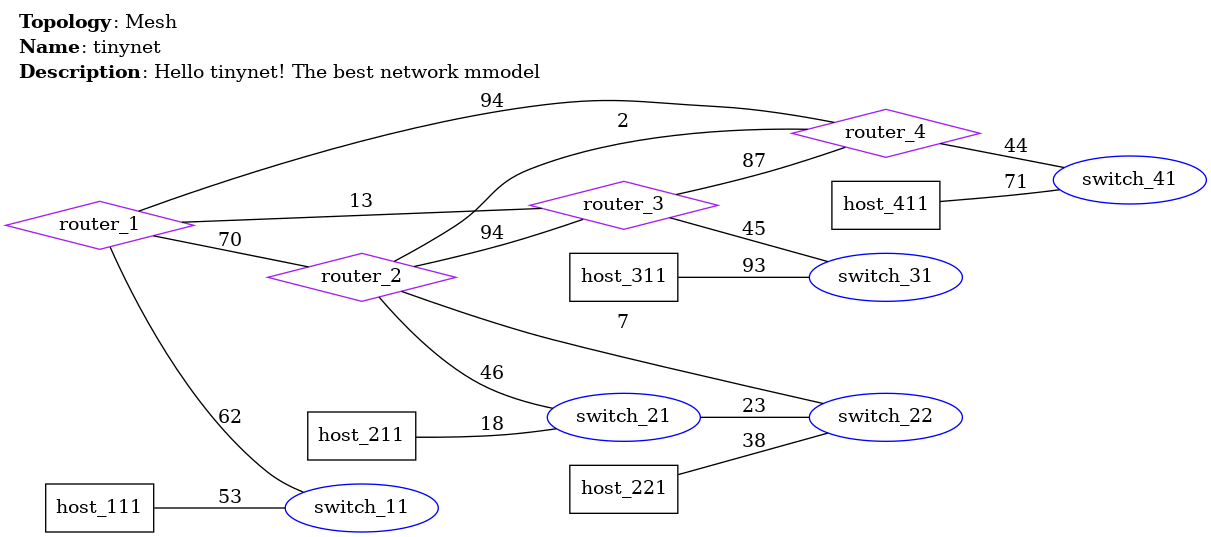
The Graphviz diagram conf/image/net.png in zpnst/tinynet, before a commit. Its source is kept beside it as conf/data/net.dot.
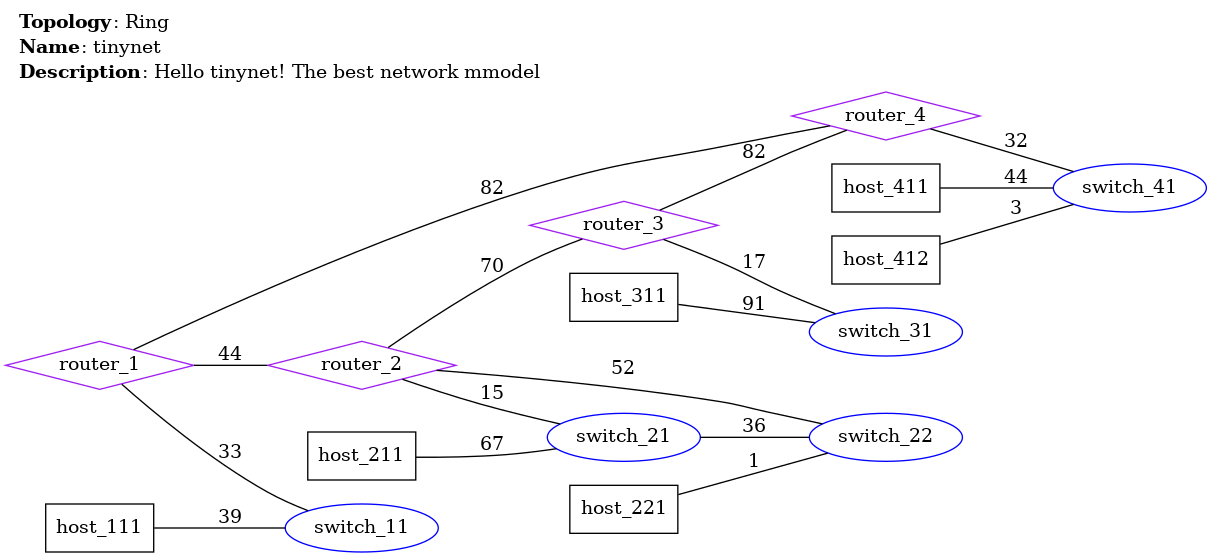
Above is the later version.

The edit, as a diff of the source:
```diff
@@ -4,7 +4,7 @@
     labeljust=left;
     label=<
     <TABLE BORDER="0" CELLBORDER="0" CELLSPACING="0">
-        <TR><TD ALIGN="LEFT"><B>Topology</B>: Mesh</TD></TR>
+        <TR><TD ALIGN="LEFT"><B>Topology</B>: Ring</TD></TR>
         <TR><TD ALIGN="LEFT"><B>Name</B>: tinynet</TD></TR>
         <TR><TD ALIGN="LEFT"><B>Description</B>: Hello tinynet! The best network mmodel</TD></TR>
     </TABLE>
@@ -23,21 +23,21 @@
     "host_221" [shape=box, color=black, label="host_221"];
     "host_311" [shape=box, color=black, label="host_311"];
     "host_411" [shape=box, color=black, label="host_411"];
-    "router_1" -- "router_2" [label="96"];
-    "router_1" -- "router_3" [label="12"];
-    "router_1" -- "router_4" [label="86"];
-    "router_1" -- "switch_11" [label="75"];
-    "router_2" -- "router_3" [label="32"];
-    "router_2" -- "router_4" [label="45"];
-    "router_2" -- "switch_21" [label="70"];
-    "router_2" -- "switch_22" [label="76"];
-    "router_3" -- "router_4" [label="67"];
-    "router_3" -- "switch_31" [label="75"];
-    "router_4" -- "switch_41" [label="9"];
-    "switch_21" -- "switch_22" [label="83"];
-    "host_111" -- "switch_11" [label="74"];
-    "host_211" -- "switch_21" [label="49"];
-    "host_221" -- "switch_22" [label="89"];
-    "host_311" -- "switch_31" [label="92"];
-    "host_411" -- "switch_41" [label="6"];
+    "host_412" [shape=box, color=black, label="host_412"];
+    "router_1" -- "router_2" [label="44"];
+    "router_1" -- "router_4" [label="82"];
+    "router_1" -- "switch_11" [label="33"];
+    "router_2" -- "router_3" [label="70"];
+    "router_2" -- "switch_21" [label="15"];
+    "router_2" -- "switch_22" [label="52"];
+    "router_3" -- "router_4" [label="82"];
+    "router_3" -- "switch_31" [label="17"];
+    "router_4" -- "switch_41" [label="32"];
+    "switch_21" -- "switch_22" [label="36"];
+    "host_111" -- "switch_11" [label="39"];
+    "host_211" -- "switch_21" [label="67"];
+    "host_221" -- "switch_22" [label="1"];
+    "host_311" -- "switch_31" [label="91"];
+    "host_411" -- "switch_41" [label="44"];
+    "host_412" -- "switch_41" [label="3"];
 }
```
